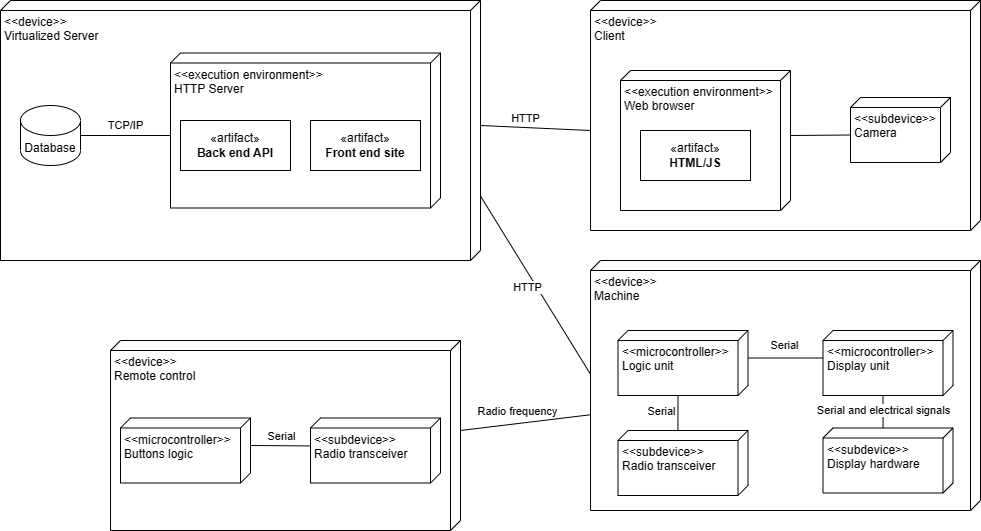
Before: Design/UML/despliegue_capstone_HCS.png, a diagram exported from draw.io (Diego-Hiriart/Capstone_Hiriart-Corales-Samaniego). Source tidied: cells renumbered, new cells last; positions are measured from the earlier drawing's top-left corner, leaving out a move shared by most shapes. Source of this version:
```xml
<mxGraphModel>
  <root>
    <mxCell id="0" />
    <mxCell id="1" parent="0" />
    <mxCell id="2" value="&amp;lt;&amp;lt;device&amp;gt;&amp;gt;&lt;br&gt;Virtualized Server" style="verticalAlign=top;align=left;spacingTop=8;spacingLeft=2;spacingRight=12;shape=cube;size=10;direction=south;fontStyle=0;html=1;whiteSpace=wrap;" parent="1" vertex="1">
      <mxGeometry width="480" height="260" as="geometry" />
    </mxCell>
    <mxCell id="3" value="&amp;lt;&amp;lt;execution environment&amp;gt;&amp;gt;&lt;br&gt;HTTP Server" style="verticalAlign=top;align=left;spacingTop=8;spacingLeft=2;spacingRight=12;shape=cube;size=10;direction=south;fontStyle=0;html=1;whiteSpace=wrap;" parent="1" vertex="1">
      <mxGeometry x="170" y="52.5" width="270" height="155" as="geometry" />
    </mxCell>
    <mxCell id="4" style="edgeStyle=orthogonalEdgeStyle;rounded=0;jettySize=auto;html=1;exitX=1;exitY=0.5;exitDx=0;exitDy=0;exitPerimeter=0;entryX=0;entryY=0;entryDx=82.5;entryDy=270;entryPerimeter=0;endArrow=none;endFill=0;" parent="1" edge="1" source="6" target="3">
      <mxGeometry relative="1" as="geometry" />
    </mxCell>
    <mxCell id="5" value="TCP/IP" style="edgeLabel;html=1;align=center;verticalAlign=middle;" parent="4" vertex="1">
      <mxGeometry x="0.13" y="1" relative="1" as="geometry">
        <mxPoint x="-7" y="-10" as="offset" />
      </mxGeometry>
    </mxCell>
    <mxCell id="6" value="Database" style="shape=cylinder3;whiteSpace=wrap;html=1;boundedLbl=1;backgroundOutline=1;size=15;" parent="1" vertex="1">
      <mxGeometry x="20" y="105" width="60" height="60" as="geometry" />
    </mxCell>
    <mxCell id="7" value="«artifact»&lt;br&gt;&lt;b&gt;Front end site&lt;/b&gt;" style="html=1;whiteSpace=wrap;" parent="1" vertex="1">
      <mxGeometry x="310" y="120" width="110" height="50" as="geometry" />
    </mxCell>
    <mxCell id="8" value="«artifact»&lt;br&gt;&lt;b&gt;Back end API&lt;/b&gt;" style="html=1;whiteSpace=wrap;" parent="1" vertex="1">
      <mxGeometry x="180" y="120" width="110" height="50" as="geometry" />
    </mxCell>
    <mxCell id="9" style="rounded=0;jettySize=auto;html=1;exitX=0;exitY=0;exitDx=125;exitDy=0;exitPerimeter=0;endArrow=none;endFill=0;entryX=0;entryY=0;entryDx=130;entryDy=390;entryPerimeter=0;" parent="1" edge="1" source="2" target="11">
      <mxGeometry relative="1" as="geometry" />
    </mxCell>
    <mxCell id="10" value="HTTP" style="edgeLabel;html=1;align=center;verticalAlign=middle;" parent="9" vertex="1">
      <mxGeometry x="0.13" y="1" relative="1" as="geometry">
        <mxPoint x="-17" y="-10" as="offset" />
      </mxGeometry>
    </mxCell>
    <mxCell id="11" value="&amp;lt;&amp;lt;device&amp;gt;&amp;gt;&lt;br&gt;Client" style="verticalAlign=top;align=left;spacingTop=8;spacingLeft=2;spacingRight=12;shape=cube;size=10;direction=south;fontStyle=0;html=1;whiteSpace=wrap;" parent="1" vertex="1">
      <mxGeometry x="590" width="390" height="230" as="geometry" />
    </mxCell>
    <mxCell id="12" value="&amp;lt;&amp;lt;execution environment&amp;gt;&amp;gt;&lt;br&gt;Web browser" style="verticalAlign=top;align=left;spacingTop=8;spacingLeft=2;spacingRight=12;shape=cube;size=10;direction=south;fontStyle=0;html=1;whiteSpace=wrap;" parent="1" vertex="1">
      <mxGeometry x="620" y="70" width="170" height="140" as="geometry" />
    </mxCell>
    <mxCell id="13" value="«artifact»&lt;br&gt;&lt;b&gt;HTML/JS&lt;br&gt;&lt;/b&gt;" style="html=1;whiteSpace=wrap;" parent="1" vertex="1">
      <mxGeometry x="640" y="130" width="110" height="50" as="geometry" />
    </mxCell>
    <mxCell id="14" value="&amp;lt;&amp;lt;subdevice&amp;gt;&amp;gt;&lt;br&gt;Camera" style="verticalAlign=top;align=left;spacingTop=8;spacingLeft=2;spacingRight=12;shape=cube;size=10;direction=south;fontStyle=0;html=1;whiteSpace=wrap;" parent="1" vertex="1">
      <mxGeometry x="850" y="97" width="100" height="65" as="geometry" />
    </mxCell>
    <mxCell id="15" style="rounded=0;jettySize=auto;html=1;exitX=0;exitY=0;exitDx=65;exitDy=0;exitPerimeter=0;endArrow=none;endFill=0;entryX=0;entryY=0;entryDx=37.5;entryDy=100;entryPerimeter=0;" parent="1" edge="1" source="12" target="14">
      <mxGeometry relative="1" as="geometry" />
    </mxCell>
    <mxCell id="16" value="&amp;lt;&amp;lt;device&amp;gt;&amp;gt;&lt;br&gt;Machine" style="verticalAlign=top;align=left;spacingTop=8;spacingLeft=2;spacingRight=12;shape=cube;size=10;direction=south;fontStyle=0;html=1;whiteSpace=wrap;" parent="1" vertex="1">
      <mxGeometry x="590" y="260" width="390" height="250" as="geometry" />
    </mxCell>
    <mxCell id="17" value="&amp;lt;&amp;lt;microcontroller&amp;gt;&amp;gt;&lt;br&gt;Logic unit" style="verticalAlign=top;align=left;spacingTop=8;spacingLeft=2;spacingRight=12;shape=cube;size=10;direction=south;fontStyle=0;html=1;whiteSpace=wrap;" parent="1" vertex="1">
      <mxGeometry x="617.5" y="330" width="130" height="65" as="geometry" />
    </mxCell>
    <mxCell id="18" style="rounded=0;jettySize=auto;html=1;exitX=0;exitY=0;exitDx=65;exitDy=70;exitPerimeter=0;entryX=0;entryY=0.538;entryDx=0;entryDy=0;entryPerimeter=0;endArrow=none;endFill=0;" parent="1" edge="1" source="20" target="35">
      <mxGeometry relative="1" as="geometry" />
    </mxCell>
    <mxCell id="19" value="Serial and electrical signals" style="edgeLabel;html=1;align=center;verticalAlign=middle;" parent="18" vertex="1">
      <mxGeometry x="-0.12" relative="1" as="geometry" />
    </mxCell>
    <mxCell id="20" value="&amp;lt;&amp;lt;microcontroller&amp;gt;&amp;gt;&lt;br&gt;Display unit" style="verticalAlign=top;align=left;spacingTop=8;spacingLeft=2;spacingRight=12;shape=cube;size=10;direction=south;fontStyle=0;html=1;whiteSpace=wrap;" parent="1" vertex="1">
      <mxGeometry x="822.5" y="330" width="130" height="65" as="geometry" />
    </mxCell>
    <mxCell id="21" style="rounded=0;jettySize=auto;html=1;exitX=0;exitY=0;exitDx=27.5;exitDy=0;exitPerimeter=0;endArrow=none;endFill=0;entryX=0.423;entryY=0.999;entryDx=0;entryDy=0;entryPerimeter=0;" parent="1" edge="1" source="17" target="20">
      <mxGeometry relative="1" as="geometry" />
    </mxCell>
    <mxCell id="22" value="Serial" style="edgeLabel;html=1;align=center;verticalAlign=middle;" parent="21" vertex="1">
      <mxGeometry x="0.13" y="1" relative="1" as="geometry">
        <mxPoint x="-7" y="-12" as="offset" />
      </mxGeometry>
    </mxCell>
    <mxCell id="23" style="rounded=0;jettySize=auto;html=1;endArrow=none;endFill=0;entryX=0.455;entryY=1;entryDx=0;entryDy=0;entryPerimeter=0;exitX=0.752;exitY=0;exitDx=0;exitDy=0;exitPerimeter=0;" parent="1" edge="1" source="2" target="16">
      <mxGeometry relative="1" as="geometry" />
    </mxCell>
    <mxCell id="24" value="HTTP" style="edgeLabel;html=1;align=center;verticalAlign=middle;" parent="23" vertex="1">
      <mxGeometry x="0.13" y="1" relative="1" as="geometry">
        <mxPoint x="-17" y="-10" as="offset" />
      </mxGeometry>
    </mxCell>
    <mxCell id="25" value="&amp;lt;&amp;lt;device&amp;gt;&amp;gt;&lt;br&gt;Remote control" style="verticalAlign=top;align=left;spacingTop=8;spacingLeft=2;spacingRight=12;shape=cube;size=10;direction=south;fontStyle=0;html=1;whiteSpace=wrap;" parent="1" vertex="1">
      <mxGeometry x="110" y="340" width="350" height="190" as="geometry" />
    </mxCell>
    <mxCell id="26" value="&amp;lt;&amp;lt;subdevice&amp;gt;&amp;gt;&lt;br&gt;Radio transceiver" style="verticalAlign=top;align=left;spacingTop=8;spacingLeft=2;spacingRight=12;shape=cube;size=10;direction=south;fontStyle=0;html=1;whiteSpace=wrap;" parent="1" vertex="1">
      <mxGeometry x="617.5" y="430" width="130" height="65" as="geometry" />
    </mxCell>
    <mxCell id="27" style="rounded=0;jettySize=auto;html=1;exitX=0;exitY=0;exitDx=65;exitDy=70;exitPerimeter=0;endArrow=none;endFill=0;entryX=-0.004;entryY=0.539;entryDx=0;entryDy=0;entryPerimeter=0;" parent="1" edge="1" source="17" target="26">
      <mxGeometry relative="1" as="geometry" />
    </mxCell>
    <mxCell id="28" value="Serial" style="edgeLabel;html=1;align=center;verticalAlign=middle;" parent="27" vertex="1">
      <mxGeometry x="0.13" y="1" relative="1" as="geometry">
        <mxPoint x="-18" y="-5" as="offset" />
      </mxGeometry>
    </mxCell>
    <mxCell id="29" value="&amp;lt;&amp;lt;subdevice&amp;gt;&amp;gt;&lt;br&gt;Radio transceiver" style="verticalAlign=top;align=left;spacingTop=8;spacingLeft=2;spacingRight=12;shape=cube;size=10;direction=south;fontStyle=0;html=1;whiteSpace=wrap;" parent="1" vertex="1">
      <mxGeometry x="310" y="417.5" width="130" height="65" as="geometry" />
    </mxCell>
    <mxCell id="30" value="&amp;lt;&amp;lt;microcontroller&amp;gt;&amp;gt;&lt;br&gt;Buttons logic" style="verticalAlign=top;align=left;spacingTop=8;spacingLeft=2;spacingRight=12;shape=cube;size=10;direction=south;fontStyle=0;html=1;whiteSpace=wrap;" parent="1" vertex="1">
      <mxGeometry x="120" y="417.5" width="130" height="65" as="geometry" />
    </mxCell>
    <mxCell id="31" style="rounded=0;jettySize=auto;html=1;exitX=0;exitY=0;exitDx=27.5;exitDy=0;exitPerimeter=0;endArrow=none;endFill=0;entryX=0.43;entryY=0.999;entryDx=0;entryDy=0;entryPerimeter=0;" parent="1" edge="1" source="30" target="29">
      <mxGeometry relative="1" as="geometry" />
    </mxCell>
    <mxCell id="32" value="Serial" style="edgeLabel;html=1;align=center;verticalAlign=middle;" parent="31" vertex="1">
      <mxGeometry x="0.13" y="1" relative="1" as="geometry">
        <mxPoint x="-4" y="-9" as="offset" />
      </mxGeometry>
    </mxCell>
    <mxCell id="33" style="rounded=0;jettySize=auto;html=1;exitX=0;exitY=0;exitDx=90;exitDy=0;exitPerimeter=0;endArrow=none;endFill=0;entryX=0.617;entryY=1;entryDx=0;entryDy=0;entryPerimeter=0;" parent="1" edge="1" source="25" target="16">
      <mxGeometry relative="1" as="geometry" />
    </mxCell>
    <mxCell id="34" value="Radio frequency" style="edgeLabel;html=1;align=center;verticalAlign=middle;" parent="33" vertex="1">
      <mxGeometry x="0.13" y="1" relative="1" as="geometry">
        <mxPoint x="-17" y="-10" as="offset" />
      </mxGeometry>
    </mxCell>
    <mxCell id="35" value="&amp;lt;&amp;lt;subdevice&amp;gt;&amp;gt;&lt;br&gt;Display hardware" style="verticalAlign=top;align=left;spacingTop=8;spacingLeft=2;spacingRight=12;shape=cube;size=10;direction=south;fontStyle=0;html=1;whiteSpace=wrap;" parent="1" vertex="1">
      <mxGeometry x="822.5" y="427.5" width="130" height="65" as="geometry" />
    </mxCell>
  </root>
</mxGraphModel>
```
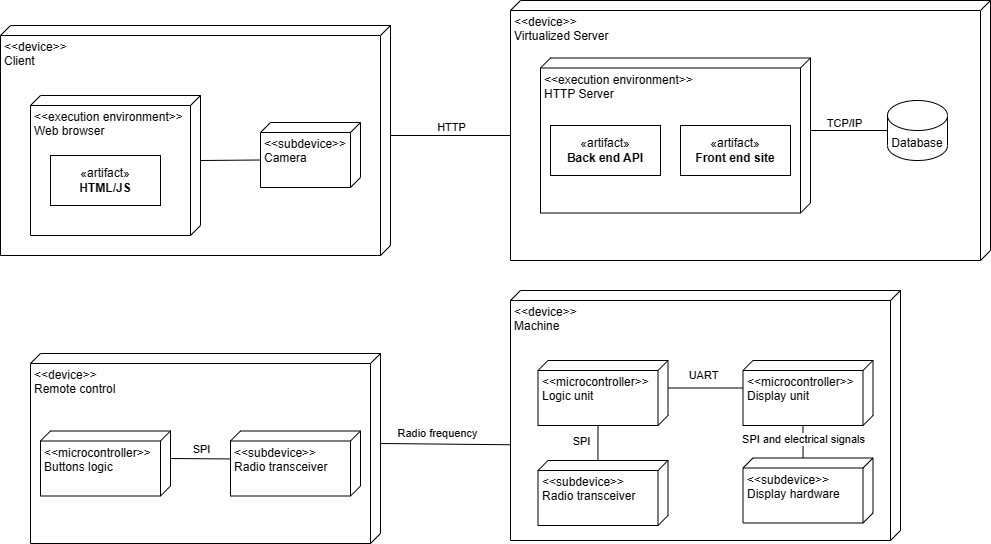
Later version of the same file.

What changed in the source:
```diff
@@ -3,106 +3,98 @@
     <mxCell id="0" />
     <mxCell id="1" parent="0" />
     <mxCell id="2" value="&amp;lt;&amp;lt;device&amp;gt;&amp;gt;&lt;br&gt;Virtualized Server" style="verticalAlign=top;align=left;spacingTop=8;spacingLeft=2;spacingRight=12;shape=cube;size=10;direction=south;fontStyle=0;html=1;whiteSpace=wrap;" parent="1" vertex="1">
-      <mxGeometry width="480" height="260" as="geometry" />
+      <mxGeometry x="590" y="-10" width="480" height="260" as="geometry" />
     </mxCell>
     <mxCell id="3" value="&amp;lt;&amp;lt;execution environment&amp;gt;&amp;gt;&lt;br&gt;HTTP Server" style="verticalAlign=top;align=left;spacingTop=8;spacingLeft=2;spacingRight=12;shape=cube;size=10;direction=south;fontStyle=0;html=1;whiteSpace=wrap;" parent="1" vertex="1">
-      <mxGeometry x="170" y="52.5" width="270" height="155" as="geometry" />
+      <mxGeometry x="620" y="47.5" width="270" height="155" as="geometry" />
     </mxCell>
-    <mxCell id="4" style="edgeStyle=orthogonalEdgeStyle;rounded=0;jettySize=auto;html=1;exitX=1;exitY=0.5;exitDx=0;exitDy=0;exitPerimeter=0;entryX=0;entryY=0;entryDx=82.5;entryDy=270;entryPerimeter=0;endArrow=none;endFill=0;" parent="1" edge="1" source="6" target="3">
+    <mxCell id="4" style="edgeStyle=orthogonalEdgeStyle;rounded=0;jettySize=auto;html=1;exitX=0;exitY=0.5;exitDx=0;exitDy=0;exitPerimeter=0;entryX=0;entryY=0;entryDx=72.5;entryDy=0;entryPerimeter=0;endArrow=none;endFill=0;" parent="1" edge="1" source="6" target="3">
       <mxGeometry relative="1" as="geometry" />
     </mxCell>
     <mxCell id="5" value="TCP/IP" style="edgeLabel;html=1;align=center;verticalAlign=middle;" parent="4" vertex="1">
       <mxGeometry x="0.13" y="1" relative="1" as="geometry">
-        <mxPoint x="-7" y="-10" as="offset" />
+        <mxPoint x="-1" y="-9" as="offset" />
       </mxGeometry>
     </mxCell>
     <mxCell id="6" value="Database" style="shape=cylinder3;whiteSpace=wrap;html=1;boundedLbl=1;backgroundOutline=1;size=15;" parent="1" vertex="1">
-      <mxGeometry x="20" y="105" width="60" height="60" as="geometry" />
+      <mxGeometry x="967" y="90" width="60" height="60" as="geometry" />
     </mxCell>
     <mxCell id="7" value="«artifact»&lt;br&gt;&lt;b&gt;Front end site&lt;/b&gt;" style="html=1;whiteSpace=wrap;" parent="1" vertex="1">
-      <mxGeometry x="310" y="120" width="110" height="50" as="geometry" />
+      <mxGeometry x="760" y="115" width="110" height="50" as="geometry" />
     </mxCell>
     <mxCell id="8" value="«artifact»&lt;br&gt;&lt;b&gt;Back end API&lt;/b&gt;" style="html=1;whiteSpace=wrap;" parent="1" vertex="1">
-      <mxGeometry x="180" y="120" width="110" height="50" as="geometry" />
+      <mxGeometry x="630" y="115" width="110" height="50" as="geometry" />
     </mxCell>
-    <mxCell id="9" style="rounded=0;jettySize=auto;html=1;exitX=0;exitY=0;exitDx=125;exitDy=0;exitPerimeter=0;endArrow=none;endFill=0;entryX=0;entryY=0;entryDx=130;entryDy=390;entryPerimeter=0;" parent="1" edge="1" source="2" target="11">
+    <mxCell id="9" style="rounded=0;jettySize=auto;html=1;exitX=0;exitY=0;exitDx=135;exitDy=480;exitPerimeter=0;endArrow=none;endFill=0;entryX=0;entryY=0;entryDx=110;entryDy=0;entryPerimeter=0;" parent="1" edge="1" source="2" target="11">
       <mxGeometry relative="1" as="geometry" />
     </mxCell>
     <mxCell id="10" value="HTTP" style="edgeLabel;html=1;align=center;verticalAlign=middle;" parent="9" vertex="1">
       <mxGeometry x="0.13" y="1" relative="1" as="geometry">
-        <mxPoint x="-17" y="-10" as="offset" />
+        <mxPoint x="8" y="-10" as="offset" />
       </mxGeometry>
     </mxCell>
     <mxCell id="11" value="&amp;lt;&amp;lt;device&amp;gt;&amp;gt;&lt;br&gt;Client" style="verticalAlign=top;align=left;spacingTop=8;spacingLeft=2;spacingRight=12;shape=cube;size=10;direction=south;fontStyle=0;html=1;whiteSpace=wrap;" parent="1" vertex="1">
-      <mxGeometry x="590" width="390" height="230" as="geometry" />
+      <mxGeometry x="80" y="15" width="390" height="230" as="geometry" />
     </mxCell>
     <mxCell id="12" value="&amp;lt;&amp;lt;execution environment&amp;gt;&amp;gt;&lt;br&gt;Web browser" style="verticalAlign=top;align=left;spacingTop=8;spacingLeft=2;spacingRight=12;shape=cube;size=10;direction=south;fontStyle=0;html=1;whiteSpace=wrap;" parent="1" vertex="1">
-      <mxGeometry x="620" y="70" width="170" height="140" as="geometry" />
+      <mxGeometry x="110" y="85" width="170" height="140" as="geometry" />
     </mxCell>
     <mxCell id="13" value="«artifact»&lt;br&gt;&lt;b&gt;HTML/JS&lt;br&gt;&lt;/b&gt;" style="html=1;whiteSpace=wrap;" parent="1" vertex="1">
-      <mxGeometry x="640" y="130" width="110" height="50" as="geometry" />
+      <mxGeometry x="130" y="145" width="110" height="50" as="geometry" />
     </mxCell>
     <mxCell id="14" value="&amp;lt;&amp;lt;subdevice&amp;gt;&amp;gt;&lt;br&gt;Camera" style="verticalAlign=top;align=left;spacingTop=8;spacingLeft=2;spacingRight=12;shape=cube;size=10;direction=south;fontStyle=0;html=1;whiteSpace=wrap;" parent="1" vertex="1">
-      <mxGeometry x="850" y="97" width="100" height="65" as="geometry" />
+      <mxGeometry x="340" y="112" width="100" height="65" as="geometry" />
     </mxCell>
     <mxCell id="15" style="rounded=0;jettySize=auto;html=1;exitX=0;exitY=0;exitDx=65;exitDy=0;exitPerimeter=0;endArrow=none;endFill=0;entryX=0;entryY=0;entryDx=37.5;entryDy=100;entryPerimeter=0;" parent="1" edge="1" source="12" target="14">
       <mxGeometry relative="1" as="geometry" />
     </mxCell>
     <mxCell id="16" value="&amp;lt;&amp;lt;device&amp;gt;&amp;gt;&lt;br&gt;Machine" style="verticalAlign=top;align=left;spacingTop=8;spacingLeft=2;spacingRight=12;shape=cube;size=10;direction=south;fontStyle=0;html=1;whiteSpace=wrap;" parent="1" vertex="1">
-      <mxGeometry x="590" y="260" width="390" height="250" as="geometry" />
+      <mxGeometry x="590" y="280" width="390" height="250" as="geometry" />
     </mxCell>
     <mxCell id="17" value="&amp;lt;&amp;lt;microcontroller&amp;gt;&amp;gt;&lt;br&gt;Logic unit" style="verticalAlign=top;align=left;spacingTop=8;spacingLeft=2;spacingRight=12;shape=cube;size=10;direction=south;fontStyle=0;html=1;whiteSpace=wrap;" parent="1" vertex="1">
-      <mxGeometry x="617.5" y="330" width="130" height="65" as="geometry" />
+      <mxGeometry x="617.5" y="350" width="130" height="65" as="geometry" />
     </mxCell>
     <mxCell id="18" style="rounded=0;jettySize=auto;html=1;exitX=0;exitY=0;exitDx=65;exitDy=70;exitPerimeter=0;entryX=0;entryY=0.538;entryDx=0;entryDy=0;entryPerimeter=0;endArrow=none;endFill=0;" parent="1" edge="1" source="20" target="35">
       <mxGeometry relative="1" as="geometry" />
     </mxCell>
-    <mxCell id="19" value="Serial and electrical signals" style="edgeLabel;html=1;align=center;verticalAlign=middle;" parent="18" vertex="1">
+    <mxCell id="19" value="SPI and electrical signals" style="edgeLabel;html=1;align=center;verticalAlign=middle;" parent="18" vertex="1">
       <mxGeometry x="-0.12" relative="1" as="geometry" />
     </mxCell>
     <mxCell id="20" value="&amp;lt;&amp;lt;microcontroller&amp;gt;&amp;gt;&lt;br&gt;Display unit" style="verticalAlign=top;align=left;spacingTop=8;spacingLeft=2;spacingRight=12;shape=cube;size=10;direction=south;fontStyle=0;html=1;whiteSpace=wrap;" parent="1" vertex="1">
-      <mxGeometry x="822.5" y="330" width="130" height="65" as="geometry" />
+      <mxGeometry x="822.5" y="350" width="130" height="65" as="geometry" />
     </mxCell>
     <mxCell id="21" style="rounded=0;jettySize=auto;html=1;exitX=0;exitY=0;exitDx=27.5;exitDy=0;exitPerimeter=0;endArrow=none;endFill=0;entryX=0.423;entryY=0.999;entryDx=0;entryDy=0;entryPerimeter=0;" parent="1" edge="1" source="17" target="20">
       <mxGeometry relative="1" as="geometry" />
     </mxCell>
-    <mxCell id="22" value="Serial" style="edgeLabel;html=1;align=center;verticalAlign=middle;" parent="21" vertex="1">
+    <mxCell id="22" value="UART" style="edgeLabel;html=1;align=center;verticalAlign=middle;" parent="21" vertex="1">
       <mxGeometry x="0.13" y="1" relative="1" as="geometry">
         <mxPoint x="-7" y="-12" as="offset" />
       </mxGeometry>
     </mxCell>
-    <mxCell id="23" style="rounded=0;jettySize=auto;html=1;endArrow=none;endFill=0;entryX=0.455;entryY=1;entryDx=0;entryDy=0;entryPerimeter=0;exitX=0.752;exitY=0;exitDx=0;exitDy=0;exitPerimeter=0;" parent="1" edge="1" source="2" target="16">
-      <mxGeometry relative="1" as="geometry" />
-    </mxCell>
-    <mxCell id="24" value="HTTP" style="edgeLabel;html=1;align=center;verticalAlign=middle;" parent="23" vertex="1">
-      <mxGeometry x="0.13" y="1" relative="1" as="geometry">
-        <mxPoint x="-17" y="-10" as="offset" />
-      </mxGeometry>
-    </mxCell>
     <mxCell id="25" value="&amp;lt;&amp;lt;device&amp;gt;&amp;gt;&lt;br&gt;Remote control" style="verticalAlign=top;align=left;spacingTop=8;spacingLeft=2;spacingRight=12;shape=cube;size=10;direction=south;fontStyle=0;html=1;whiteSpace=wrap;" parent="1" vertex="1">
-      <mxGeometry x="110" y="340" width="350" height="190" as="geometry" />
+      <mxGeometry x="110" y="343" width="350" height="190" as="geometry" />
     </mxCell>
     <mxCell id="26" value="&amp;lt;&amp;lt;subdevice&amp;gt;&amp;gt;&lt;br&gt;Radio transceiver" style="verticalAlign=top;align=left;spacingTop=8;spacingLeft=2;spacingRight=12;shape=cube;size=10;direction=south;fontStyle=0;html=1;whiteSpace=wrap;" parent="1" vertex="1">
-      <mxGeometry x="617.5" y="430" width="130" height="65" as="geometry" />
+      <mxGeometry x="617.5" y="450" width="130" height="65" as="geometry" />
     </mxCell>
     <mxCell id="27" style="rounded=0;jettySize=auto;html=1;exitX=0;exitY=0;exitDx=65;exitDy=70;exitPerimeter=0;endArrow=none;endFill=0;entryX=-0.004;entryY=0.539;entryDx=0;entryDy=0;entryPerimeter=0;" parent="1" edge="1" source="17" target="26">
       <mxGeometry relative="1" as="geometry" />
     </mxCell>
-    <mxCell id="28" value="Serial" style="edgeLabel;html=1;align=center;verticalAlign=middle;" parent="27" vertex="1">
+    <mxCell id="28" value="SPI" style="edgeLabel;html=1;align=center;verticalAlign=middle;" parent="27" vertex="1">
       <mxGeometry x="0.13" y="1" relative="1" as="geometry">
         <mxPoint x="-18" y="-5" as="offset" />
       </mxGeometry>
     </mxCell>
     <mxCell id="29" value="&amp;lt;&amp;lt;subdevice&amp;gt;&amp;gt;&lt;br&gt;Radio transceiver" style="verticalAlign=top;align=left;spacingTop=8;spacingLeft=2;spacingRight=12;shape=cube;size=10;direction=south;fontStyle=0;html=1;whiteSpace=wrap;" parent="1" vertex="1">
-      <mxGeometry x="310" y="417.5" width="130" height="65" as="geometry" />
+      <mxGeometry x="310" y="420.5" width="130" height="65" as="geometry" />
     </mxCell>
     <mxCell id="30" value="&amp;lt;&amp;lt;microcontroller&amp;gt;&amp;gt;&lt;br&gt;Buttons logic" style="verticalAlign=top;align=left;spacingTop=8;spacingLeft=2;spacingRight=12;shape=cube;size=10;direction=south;fontStyle=0;html=1;whiteSpace=wrap;" parent="1" vertex="1">
-      <mxGeometry x="120" y="417.5" width="130" height="65" as="geometry" />
+      <mxGeometry x="120" y="420.5" width="130" height="65" as="geometry" />
     </mxCell>
     <mxCell id="31" style="rounded=0;jettySize=auto;html=1;exitX=0;exitY=0;exitDx=27.5;exitDy=0;exitPerimeter=0;endArrow=none;endFill=0;entryX=0.43;entryY=0.999;entryDx=0;entryDy=0;entryPerimeter=0;" parent="1" edge="1" source="30" target="29">
       <mxGeometry relative="1" as="geometry" />
     </mxCell>
-    <mxCell id="32" value="Serial" style="edgeLabel;html=1;align=center;verticalAlign=middle;" parent="31" vertex="1">
+    <mxCell id="32" value="SPI" style="edgeLabel;html=1;align=center;verticalAlign=middle;" parent="31" vertex="1">
       <mxGeometry x="0.13" y="1" relative="1" as="geometry">
         <mxPoint x="-4" y="-9" as="offset" />
       </mxGeometry>
@@ -116,7 +108,7 @@
       </mxGeometry>
     </mxCell>
     <mxCell id="35" value="&amp;lt;&amp;lt;subdevice&amp;gt;&amp;gt;&lt;br&gt;Display hardware" style="verticalAlign=top;align=left;spacingTop=8;spacingLeft=2;spacingRight=12;shape=cube;size=10;direction=south;fontStyle=0;html=1;whiteSpace=wrap;" parent="1" vertex="1">
-      <mxGeometry x="822.5" y="427.5" width="130" height="65" as="geometry" />
+      <mxGeometry x="822.5" y="447.5" width="130" height="65" as="geometry" />
     </mxCell>
   </root>
 </mxGraphModel>
```
